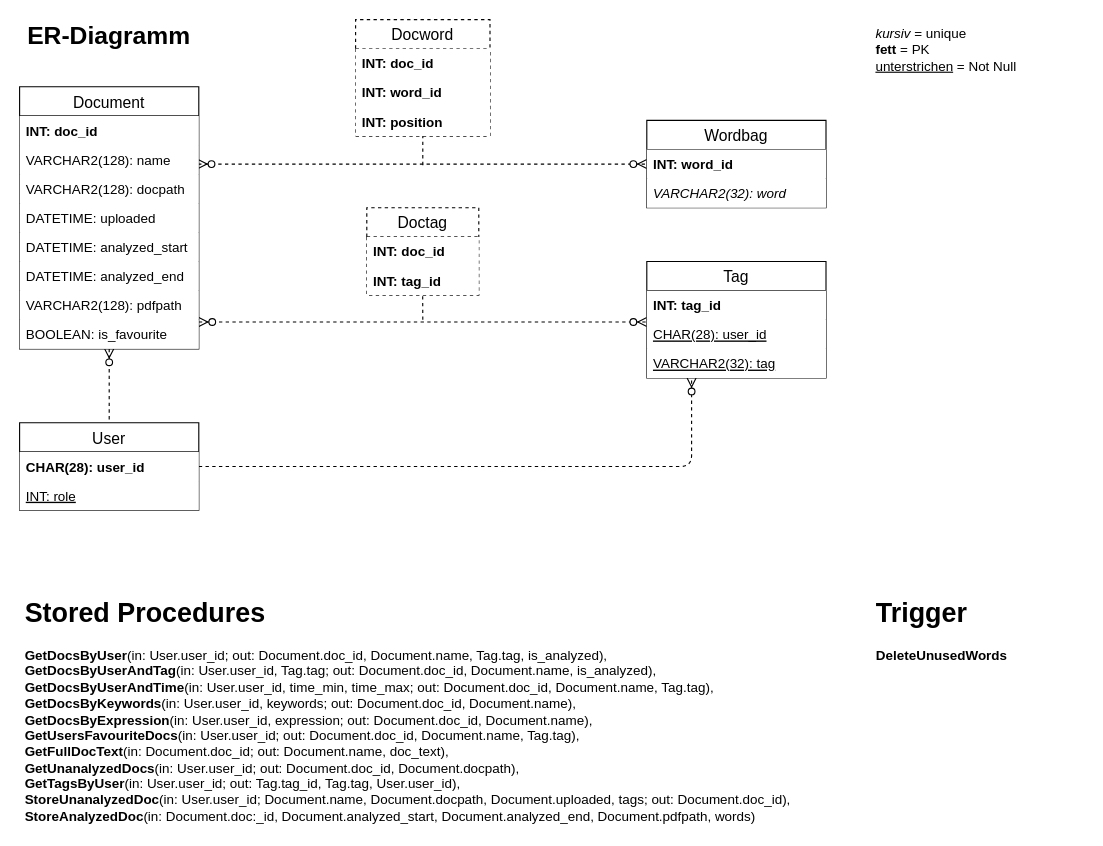
Earlier version of the draw.io diagram page "ER-Diagramm" (3 of 3) of docs/Overview/resources/Diagramme/doc-ver_Diagramme.drawio (doc-ver/Doku). Source tidied: cells renumbered, new cells numbered last; positions are measured from the earlier drawing's top-left corner, leaving out a move shared by most shapes. Both pictures are drawn from the tidied source at 112%, with x=0, y=0 at pixel (19, 19).
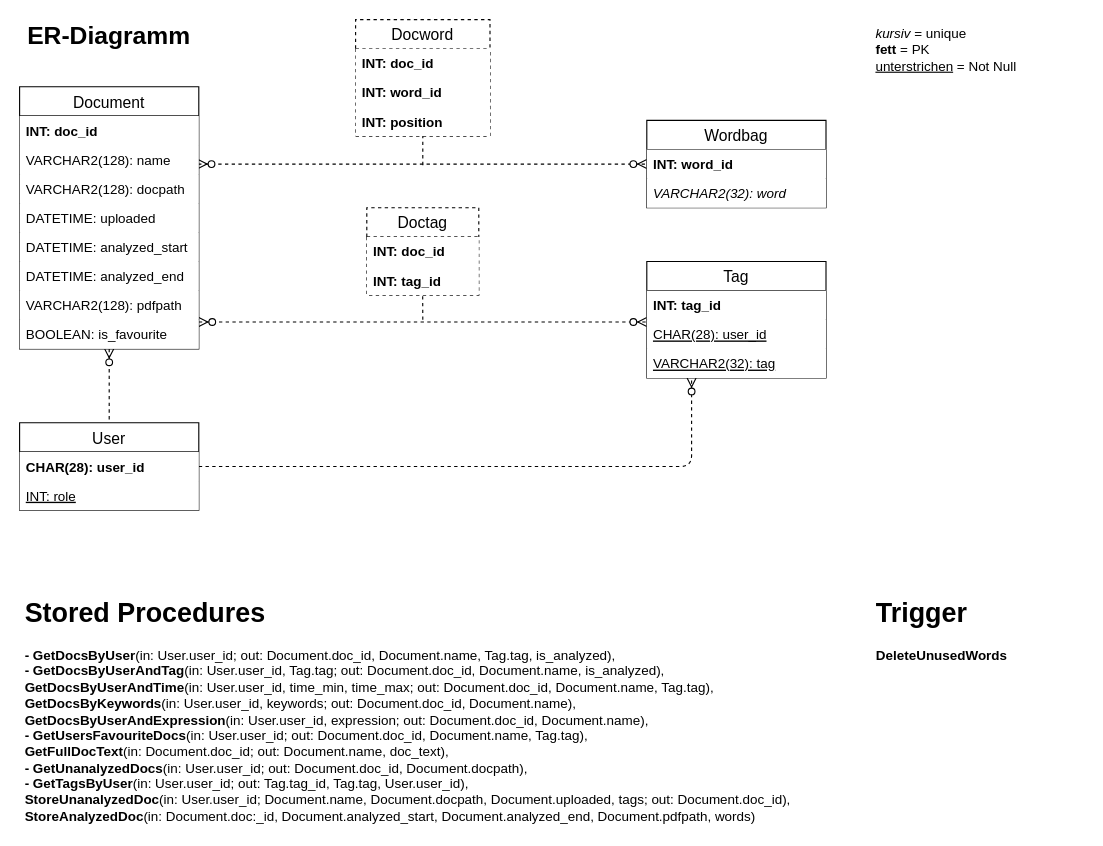
The same page after the edit.

Commit message (it also covers changes not shown here):
Evtl. unnoetige Stored Procedures markiert

Diff of the diagram source:
```diff
@@
-    <mxCell id="9" value="&lt;h1&gt;Stored Procedures&lt;br&gt;&lt;/h1&gt;&lt;p&gt;&lt;b&gt;GetDocsByUser&lt;/b&gt;(in: User.user_id; out: Document.doc_id, Document.name, Tag.tag, is_analyzed),&lt;b&gt;&lt;br&gt;GetDocsByUserAndTag&lt;/b&gt;(in: User.user_id, Tag.tag; out: Document.doc_id, Document.name, is_analyzed),&lt;br&gt;&lt;b&gt;GetDocsByUserAndTime&lt;/b&gt;(in: User.user_id, time_min, time_max; out: Document.doc_id, Document.name, Tag.tag),&lt;b&gt;&lt;br&gt;GetDocsByKeywords&lt;/b&gt;(in: User.user_id, keywords; out: Document.doc_id, Document.name),&lt;b&gt;&lt;br&gt;GetDocsByExpression&lt;/b&gt;(in: User.user_id, expression; out: Document.doc_id, Document.name),&lt;b&gt;&lt;br&gt;GetUsersFavouriteDocs&lt;/b&gt;(in: User.user_id; out: Document.doc_id, Document.name, Tag.tag),&lt;br&gt;&lt;b&gt;GetFullDocText&lt;/b&gt;(in: Document.doc_id; out: Document.name, doc_text),&lt;br&gt;&lt;b&gt;GetUnanalyzedDocs&lt;/b&gt;(in: User.user_id; out: Document.doc_id, Document.docpath),&lt;b&gt;&lt;br&gt;GetTagsByUser&lt;/b&gt;(in: User.user_id; out: Tag.tag_id, Tag.tag, User.user_id),&lt;b&gt;&lt;b&gt;&lt;br&gt;&lt;/b&gt;StoreUnanalyzedDoc&lt;/b&gt;(in: User.user_id; Document.name, Document.docpath, Document.uploaded, tags; out: Document.doc_id),&lt;br&gt;&lt;b&gt;StoreAnalyzedDoc&lt;/b&gt;(in: Document.doc:_id, Document.analyzed_start, Document.analyzed_end, Document.pdfpath, words)&lt;br&gt;&lt;/p&gt;" style="text;html=1;strokeColor=none;fillColor=none;spacing=5;spacingTop=-20;whiteSpace=wrap;overflow=hidden;rounded=0;" parent="1" vertex="1">
+    <mxCell id="9" value="&lt;h1&gt;Stored Procedures&lt;br&gt;&lt;/h1&gt;&lt;p&gt;&lt;b&gt;- GetDocsByUser&lt;/b&gt;(in: User.user_id; out: Document.doc_id, Document.name, Tag.tag, is_analyzed),&lt;b&gt;&lt;br&gt;- GetDocsByUserAndTag&lt;/b&gt;(in: User.user_id, Tag.tag; out: Document.doc_id, Document.name, is_analyzed),&lt;br&gt;&lt;b&gt;GetDocsByUserAndTime&lt;/b&gt;(in: User.user_id, time_min, time_max; out: Document.doc_id, Document.name, Tag.tag),&lt;b&gt;&lt;br&gt;GetDocsByKeywords&lt;/b&gt;(in: User.user_id, keywords; out: Document.doc_id, Document.name),&lt;b&gt;&lt;br&gt;GetDocsByUserAndExpression&lt;/b&gt;(in: User.user_id, expression; out: Document.doc_id, Document.name),&lt;b&gt;&lt;br&gt;- GetUsersFavouriteDocs&lt;/b&gt;(in: User.user_id; out: Document.doc_id, Document.name, Tag.tag),&lt;br&gt;&lt;b&gt;GetFullDocText&lt;/b&gt;(in: Document.doc_id; out: Document.name, doc_text),&lt;br&gt;&lt;b&gt;- GetUnanalyzedDocs&lt;/b&gt;(in: User.user_id; out: Document.doc_id, Document.docpath),&lt;b&gt;&lt;br&gt;- GetTagsByUser&lt;/b&gt;(in: User.user_id; out: Tag.tag_id, Tag.tag, User.user_id),&lt;b&gt;&lt;b&gt;&lt;br&gt;&lt;/b&gt;StoreUnanalyzedDoc&lt;/b&gt;(in: User.user_id; Document.name, Document.docpath, Document.uploaded, tags; out: Document.doc_id),&lt;br&gt;&lt;b&gt;StoreAnalyzedDoc&lt;/b&gt;(in: Document.doc:_id, Document.analyzed_start, Document.analyzed_end, Document.pdfpath, words)&lt;br&gt;&lt;/p&gt;" style="text;html=1;strokeColor=none;fillColor=none;spacing=5;spacingTop=-20;whiteSpace=wrap;overflow=hidden;rounded=0;" parent="1" vertex="1">
       <mxGeometry y="510" width="710" height="210" as="geometry" />
     </mxCell>
```
